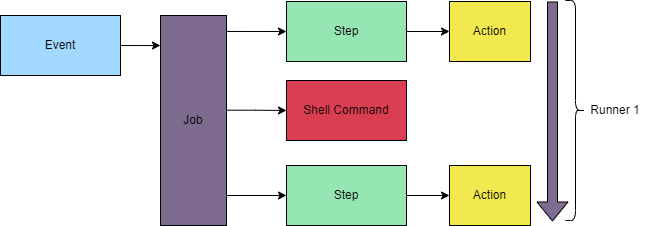
This is slides/img/event-job.drawio.png from codebytes/github-actions-demos, a draw.io export, as it was before one commit. Source tidied: cells renumbered, new cells last; positions are measured from the earlier drawing's top-left corner, leaving out a move shared by most shapes.
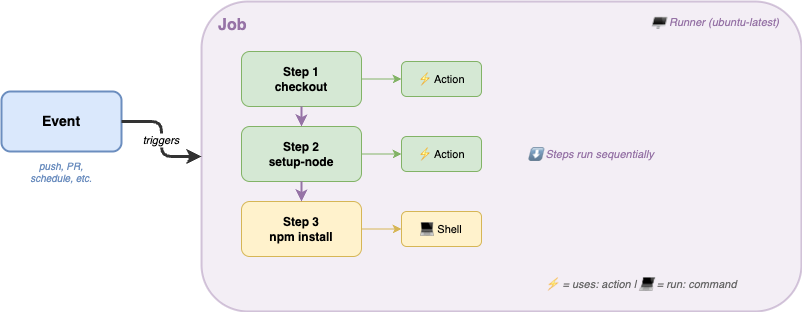
After the change.

What changed in the source:
```diff
@@ -2,62 +2,62 @@
   <root>
     <mxCell id="0" />
     <mxCell id="1" parent="0" />
-    <mxCell id="2" value="Event" style="rounded=0;whiteSpace=wrap;html=1;fillColor=#A3D9FF;fontColor=#000000;strokeColor=#000000;labelBackgroundColor=none;" parent="1" vertex="1">
-      <mxGeometry y="15" width="120" height="60" as="geometry" />
+    <mxCell id="2" value="Event" style="rounded=1;whiteSpace=wrap;html=1;fillColor=#dae8fc;strokeColor=#6c8ebf;fontStyle=1;fontSize=14;strokeWidth=2;" parent="1" vertex="1">
+      <mxGeometry x="-80" y="40" width="120" height="60" as="geometry" />
     </mxCell>
+    <mxCell id="18" value="push, PR,&#10;schedule, etc." style="text;html=1;align=center;verticalAlign=middle;whiteSpace=wrap;rounded=0;fontSize=10;fontColor=#6c8ebf;fontStyle=2;" parent="1" vertex="1">
+      <mxGeometry x="-75" y="105" width="110" height="30" as="geometry" />
+    </mxCell>
-    <mxCell id="3" style="edgeStyle=orthogonalEdgeStyle;rounded=0;jettySize=auto;html=1;exitX=0.967;exitY=0.076;exitDx=0;exitDy=0;exitPerimeter=0;entryX=0;entryY=0.5;entryDx=0;entryDy=0;" parent="1" edge="1" target="6">
-      <mxGeometry relative="1" as="geometry">
-        <mxPoint x="222" y="31" as="sourcePoint" />
-      </mxGeometry>
+    <mxCell id="3" style="rounded=1;whiteSpace=wrap;html=1;fillColor=#e1d5e7;strokeColor=#9673a6;strokeWidth=2;opacity=40;" parent="1" vertex="1">
+      <mxGeometry x="120" y="-50" width="600" height="310" as="geometry" />
     </mxCell>
-    <mxCell id="4" style="edgeStyle=orthogonalEdgeStyle;rounded=0;jettySize=auto;html=1;exitX=0.983;exitY=0.451;exitDx=0;exitDy=0;exitPerimeter=0;" parent="1" edge="1" target="8">
-      <mxGeometry relative="1" as="geometry">
-        <mxPoint x="224" y="109.7" as="sourcePoint" />
-      </mxGeometry>
+    <mxCell id="4" value="Job" style="text;html=1;align=left;verticalAlign=top;whiteSpace=wrap;rounded=0;fontStyle=1;fontSize=16;fontColor=#9673a6;" parent="1" vertex="1">
+      <mxGeometry x="135" y="-42" width="60" height="25" as="geometry" />
     </mxCell>
-    <mxCell id="5" style="edgeStyle=orthogonalEdgeStyle;rounded=0;jettySize=auto;html=1;" parent="1" edge="1" source="6" target="7">
-      <mxGeometry relative="1" as="geometry" />
+    <mxCell id="5" value="🖥️ Runner (ubuntu-latest)" style="text;html=1;align=right;verticalAlign=top;whiteSpace=wrap;rounded=0;fontSize=11;fontColor=#9673a6;fontStyle=2;" parent="1" vertex="1">
+      <mxGeometry x="470" y="-42" width="230" height="25" as="geometry" />
     </mxCell>
-    <mxCell id="6" value="Step" style="whiteSpace=wrap;html=1;rounded=0;fontColor=#000000;fillColor=#96E6B3;strokeColor=#000000;" parent="1" vertex="1">
-      <mxGeometry x="286" y="1" width="120" height="60" as="geometry" />
-    </mxCell>
-    <mxCell id="7" value="Action" style="whiteSpace=wrap;html=1;rounded=0;fontColor=#000000;fillColor=#F2E94E;strokeColor=#000000;" parent="1" vertex="1">
-      <mxGeometry x="449" y="1" width="81" height="60" as="geometry" />
-    </mxCell>
-    <mxCell id="8" value="Shell Command" style="whiteSpace=wrap;html=1;rounded=0;fillColor=#DA3E52;strokeColor=#000000;fontColor=#000000;" parent="1" vertex="1">
-      <mxGeometry x="286" y="80" width="120" height="60" as="geometry" />
-    </mxCell>
-    <mxCell id="9" style="edgeStyle=orthogonalEdgeStyle;rounded=0;jettySize=auto;html=1;" parent="1" edge="1" source="10" target="11">
-      <mxGeometry relative="1" as="geometry" />
-    </mxCell>
-    <mxCell id="10" value="Step" style="whiteSpace=wrap;html=1;rounded=0;fontColor=#000000;fillColor=#96E6B3;strokeColor=#000000;" parent="1" vertex="1">
-      <mxGeometry x="286" y="165" width="120" height="60" as="geometry" />
-    </mxCell>
-    <mxCell id="11" value="Action" style="whiteSpace=wrap;html=1;rounded=0;fontColor=#000000;fillColor=#F2E94E;strokeColor=#000000;" parent="1" vertex="1">
-      <mxGeometry x="449" y="165" width="81" height="60" as="geometry" />
-    </mxCell>
-    <mxCell id="12" style="edgeStyle=orthogonalEdgeStyle;rounded=0;jettySize=auto;html=1;entryX=0;entryY=0.5;entryDx=0;entryDy=0;" parent="1" edge="1" target="10">
-      <mxGeometry relative="1" as="geometry">
-        <mxPoint x="226" y="195" as="sourcePoint" />
-      </mxGeometry>
-    </mxCell>
-    <mxCell id="13" style="edgeStyle=orthogonalEdgeStyle;rounded=0;jettySize=auto;html=1;exitX=1;exitY=0.5;exitDx=0;exitDy=0;entryX=0;entryY=0.143;entryDx=0;entryDy=0;entryPerimeter=0;" parent="1" edge="1" source="2" target="16">
-      <mxGeometry relative="1" as="geometry" />
+    <mxCell id="13" value="Step 1&#10;checkout" style="rounded=1;whiteSpace=wrap;html=1;fillColor=#d5e8d4;strokeColor=#82b366;fontStyle=1;fontSize=12;verticalAlign=middle;" parent="1" vertex="1">
+      <mxGeometry x="160" width="120" height="55" as="geometry" />
     </mxCell>
-    <mxCell id="14" style="shape=curlyBracket;whiteSpace=wrap;html=1;rounded=1;flipH=1;labelPosition=right;verticalLabelPosition=middle;align=left;verticalAlign=middle;" parent="1" vertex="1">
-      <mxGeometry x="565" width="20" height="220" as="geometry" />
+    <mxCell id="14" value="Step 2&#10;setup-node" style="rounded=1;whiteSpace=wrap;html=1;fillColor=#d5e8d4;strokeColor=#82b366;fontStyle=1;fontSize=12;verticalAlign=middle;" parent="1" vertex="1">
+      <mxGeometry x="160" y="75" width="120" height="55" as="geometry" />
     </mxCell>
-    <mxCell id="15" style="shape=flexArrow;endArrow=classic;html=1;fillColor=#7E6B8F;" parent="1" edge="1">
-      <mxGeometry relative="1" as="geometry">
-        <mxPoint x="552" y="1" as="sourcePoint" />
-        <mxPoint x="552" y="221" as="targetPoint" />
-      </mxGeometry>
+    <mxCell id="15" value="Step 3&#10;npm install" style="rounded=1;whiteSpace=wrap;html=1;fillColor=#fff2cc;strokeColor=#d6b656;fontStyle=1;fontSize=12;verticalAlign=middle;" parent="1" vertex="1">
+      <mxGeometry x="160" y="150" width="120" height="55" as="geometry" />
     </mxCell>
-    <mxCell id="16" value="Job" style="rounded=0;whiteSpace=wrap;html=1;fillColor=#7E6B8F;fontColor=#000000;strokeColor=#000000;" parent="1" vertex="1">
-      <mxGeometry x="160" y="15" width="66" height="210" as="geometry" />
-    </mxCell>
-    <mxCell id="17" value="Runner 1" style="text;html=1;strokeColor=none;fillColor=none;align=center;verticalAlign=middle;whiteSpace=wrap;rounded=0;" parent="1" vertex="1">
-      <mxGeometry x="585" y="95" width="60" height="30" as="geometry" />
-    </mxCell>
+    <mxCell id="19" value="⚡ Action" style="rounded=1;whiteSpace=wrap;html=1;fillColor=#d5e8d4;strokeColor=#82b366;fontSize=11;" parent="1" vertex="1">
+      <mxGeometry x="320" y="10" width="80" height="35" as="geometry" />
+    </mxCell>
+    <mxCell id="20" value="⚡ Action" style="rounded=1;whiteSpace=wrap;html=1;fillColor=#d5e8d4;strokeColor=#82b366;fontSize=11;" parent="1" vertex="1">
+      <mxGeometry x="320" y="85" width="80" height="35" as="geometry" />
+    </mxCell>
+    <mxCell id="21" value="💻 Shell" style="rounded=1;whiteSpace=wrap;html=1;fillColor=#fff2cc;strokeColor=#d6b656;fontSize=11;" parent="1" vertex="1">
+      <mxGeometry x="320" y="160" width="80" height="35" as="geometry" />
+    </mxCell>
+    <mxCell id="22" style="rounded=1;strokeWidth=1;strokeColor=#82b366;" parent="1" edge="1" source="13" target="19">
+      <mxGeometry relative="1" as="geometry" />
+    </mxCell>
+    <mxCell id="23" style="rounded=1;strokeWidth=1;strokeColor=#82b366;" parent="1" edge="1" source="14" target="20">
+      <mxGeometry relative="1" as="geometry" />
+    </mxCell>
+    <mxCell id="24" style="rounded=1;strokeWidth=1;strokeColor=#d6b656;" parent="1" edge="1" source="15" target="21">
+      <mxGeometry relative="1" as="geometry" />
+    </mxCell>
+    <mxCell id="25" style="rounded=1;strokeWidth=2;strokeColor=#9673a6;dashed=0;" parent="1" edge="1" source="13" target="14">
+      <mxGeometry relative="1" as="geometry" />
+    </mxCell>
+    <mxCell id="26" style="rounded=1;strokeWidth=2;strokeColor=#9673a6;dashed=0;" parent="1" edge="1" source="14" target="15">
+      <mxGeometry relative="1" as="geometry" />
+    </mxCell>
+    <mxCell id="27" value="triggers" style="edgeStyle=orthogonalEdgeStyle;rounded=1;strokeWidth=3;strokeColor=#333333;fontStyle=2;fontSize=11;" parent="1" edge="1" source="2" target="3">
+      <mxGeometry relative="1" as="geometry" />
+    </mxCell>
+    <mxCell id="28" value="⚡ = uses: action  |  💻 = run: command" style="text;html=1;align=center;verticalAlign=middle;whiteSpace=wrap;rounded=0;fontSize=11;fontColor=#666666;fontStyle=2;" parent="1" vertex="1">
+      <mxGeometry x="420" y="220" width="280" height="25" as="geometry" />
+    </mxCell>
+    <mxCell id="29" value="⬇️ Steps run sequentially" style="text;html=1;align=center;verticalAlign=middle;whiteSpace=wrap;rounded=0;fontSize=11;fontColor=#9673a6;fontStyle=2;" parent="1" vertex="1">
+      <mxGeometry x="420" y="90" width="180" height="25" as="geometry" />
+    </mxCell>
   </root>
 </mxGraphModel>
```
